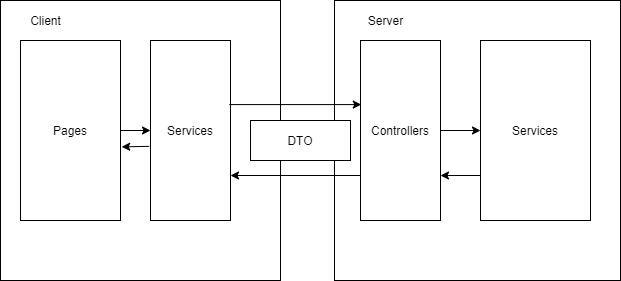
This is images/architecture.png from Toolf/MintInovationTestTask, a draw.io export, as it was before one commit. Source tidied: cells renumbered, new cells last; positions are measured from the earlier drawing's top-left corner, leaving out a move shared by most shapes. Source of this version:
```xml
<mxGraphModel>
  <root>
    <mxCell id="0" />
    <mxCell id="1" parent="0" />
    <mxCell id="2" style="rounded=0;whiteSpace=wrap;html=1;" parent="1" vertex="1">
      <mxGeometry width="280" height="280" as="geometry" />
    </mxCell>
    <mxCell id="3" style="rounded=0;whiteSpace=wrap;html=1;" parent="1" vertex="1">
      <mxGeometry x="334" width="286" height="280" as="geometry" />
    </mxCell>
    <mxCell id="4" style="edgeStyle=orthogonalEdgeStyle;rounded=0;jettySize=auto;html=1;exitX=1;exitY=0.5;exitDx=0;exitDy=0;" parent="1" edge="1" source="5" target="6">
      <mxGeometry relative="1" as="geometry" />
    </mxCell>
    <mxCell id="5" value="Controllers" style="whiteSpace=wrap;html=1;" parent="1" vertex="1">
      <mxGeometry x="360" y="40" width="80" height="180" as="geometry" />
    </mxCell>
    <mxCell id="6" value="Services" style="rounded=0;whiteSpace=wrap;html=1;" parent="1" vertex="1">
      <mxGeometry x="480" y="40" width="110" height="180" as="geometry" />
    </mxCell>
    <mxCell id="7" style="edgeStyle=orthogonalEdgeStyle;rounded=0;jettySize=auto;html=1;" parent="1" edge="1" source="8" target="9">
      <mxGeometry relative="1" as="geometry" />
    </mxCell>
    <mxCell id="8" value="Pages" style="rounded=0;whiteSpace=wrap;html=1;" parent="1" vertex="1">
      <mxGeometry x="20" y="40" width="100" height="180" as="geometry" />
    </mxCell>
    <mxCell id="9" value="Services" style="whiteSpace=wrap;html=1;" parent="1" vertex="1">
      <mxGeometry x="150" y="40" width="80" height="180" as="geometry" />
    </mxCell>
    <mxCell id="10" value="DTO" style="rounded=0;whiteSpace=wrap;html=1;" parent="1" vertex="1">
      <mxGeometry x="250" y="120" width="100" height="40" as="geometry" />
    </mxCell>
    <mxCell id="11" style="endArrow=classic;html=1;exitX=0.986;exitY=0.356;exitDx=0;exitDy=0;exitPerimeter=0;entryX=0.01;entryY=0.356;entryDx=0;entryDy=0;entryPerimeter=0;" parent="1" edge="1" source="9" target="5">
      <mxGeometry relative="1" as="geometry" />
    </mxCell>
    <mxCell id="12" value="Client" style="text;html=1;align=center;verticalAlign=middle;strokeColor=none;" parent="1" vertex="1">
      <mxGeometry x="20" y="10" width="50" height="20" as="geometry" />
    </mxCell>
    <mxCell id="13" value="Server" style="text;html=1;align=center;verticalAlign=middle;strokeColor=none;" parent="1" vertex="1">
      <mxGeometry x="360" y="10" width="50" height="20" as="geometry" />
    </mxCell>
    <mxCell id="14" style="endArrow=classic;html=1;exitX=0;exitY=0.75;exitDx=0;exitDy=0;" parent="1" edge="1" source="6">
      <mxGeometry relative="1" as="geometry">
        <mxPoint x="440" y="175" as="targetPoint" />
      </mxGeometry>
    </mxCell>
    <mxCell id="15" style="endArrow=classic;html=1;exitX=0;exitY=0.75;exitDx=0;exitDy=0;entryX=1;entryY=0.75;entryDx=0;entryDy=0;" parent="1" edge="1" source="5" target="9">
      <mxGeometry relative="1" as="geometry" />
    </mxCell>
    <mxCell id="16" style="endArrow=classic;html=1;exitX=-0.017;exitY=0.588;exitDx=0;exitDy=0;exitPerimeter=0;entryX=1.012;entryY=0.591;entryDx=0;entryDy=0;entryPerimeter=0;" parent="1" edge="1" source="9" target="8">
      <mxGeometry relative="1" as="geometry" />
    </mxCell>
  </root>
</mxGraphModel>
```
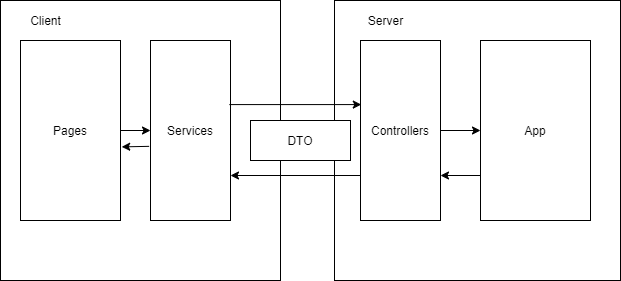
The same diagram one commit later.

What changed in the source:
```diff
@@ -14,7 +14,7 @@
     <mxCell id="5" value="Controllers" style="whiteSpace=wrap;html=1;" parent="1" vertex="1">
       <mxGeometry x="360" y="40" width="80" height="180" as="geometry" />
     </mxCell>
-    <mxCell id="6" value="Services" style="rounded=0;whiteSpace=wrap;html=1;" parent="1" vertex="1">
+    <mxCell id="6" value="App" style="rounded=0;whiteSpace=wrap;html=1;" parent="1" vertex="1">
       <mxGeometry x="480" y="40" width="110" height="180" as="geometry" />
     </mxCell>
     <mxCell id="7" style="edgeStyle=orthogonalEdgeStyle;rounded=0;jettySize=auto;html=1;" parent="1" edge="1" source="8" target="9">
```
